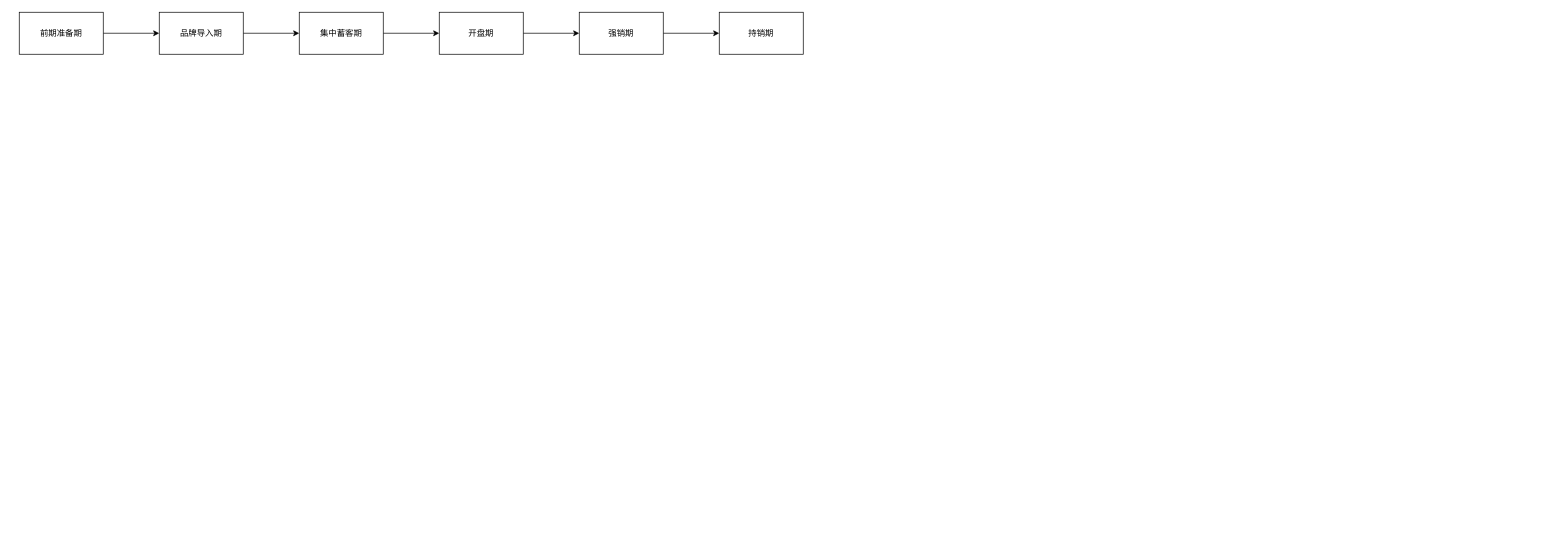
woshiydh08/xxp keeps this draw.io diagram as Untitled Diagram.drawio. Above is the earlier version. Source tidied: cells renumbered, new cells numbered last; positions are measured from the earlier drawing's top-left corner, leaving out a move shared by most shapes. Both pictures are drawn from the tidied source at 70%, with x=0, y=0 at pixel (19, 12).
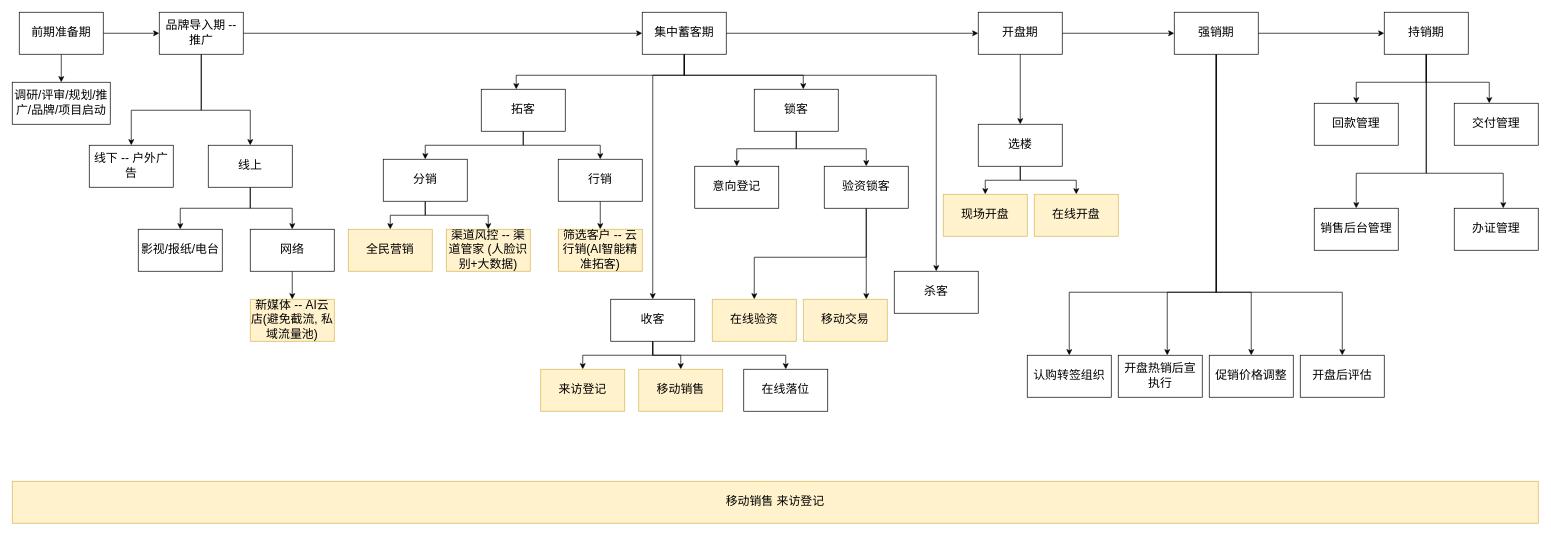
After the change.

Diff of the diagram source:
```diff
@@
-    <mxCell id="2" style="edgeStyle=orthogonalEdgeStyle;rounded=0;jettySize=auto;html=1;" parent="1" edge="1" source="3" target="5">
+    <mxCell id="2" style="edgeStyle=orthogonalEdgeStyle;rounded=0;jettySize=auto;html=1;fontSize=17;" parent="1" edge="1" source="3" target="5">
       <mxGeometry relative="1" as="geometry" />
     </mxCell>
+    <mxCell id="13" style="edgeStyle=orthogonalEdgeStyle;rounded=0;jettySize=auto;html=1;fontSize=17;" parent="1" edge="1" source="3" target="20">
+      <mxGeometry relative="1" as="geometry" />
+    </mxCell>
-    <mxCell id="3" value="前期准备期" style="rounded=0;whiteSpace=wrap;html=1;" parent="1" vertex="1">
+    <mxCell id="3" value="前期准备期" style="rounded=0;whiteSpace=wrap;html=1;fontSize=17;" parent="1" vertex="1">
       <mxGeometry width="120" height="60" as="geometry" />
     </mxCell>
-    <mxCell id="4" style="edgeStyle=orthogonalEdgeStyle;rounded=0;jettySize=auto;html=1;" parent="1" edge="1" source="5" target="7">
+    <mxCell id="4" style="edgeStyle=orthogonalEdgeStyle;rounded=0;jettySize=auto;html=1;fontSize=17;" parent="1" edge="1" source="5" target="7">
       <mxGeometry relative="1" as="geometry" />
     </mxCell>
+    <mxCell id="14" style="edgeStyle=orthogonalEdgeStyle;rounded=0;jettySize=auto;html=1;fontSize=17;" parent="1" edge="1" source="5" target="21">
+      <mxGeometry relative="1" as="geometry">
+        <Array as="points">
+          <mxPoint x="260" y="140" />
+          <mxPoint x="160" y="140" />
+        </Array>
+      </mxGeometry>
+    </mxCell>
+    <mxCell id="15" style="edgeStyle=orthogonalEdgeStyle;rounded=0;jettySize=auto;html=1;fontSize=17;" parent="1" edge="1" source="5" target="24">
+      <mxGeometry relative="1" as="geometry">
+        <Array as="points">
+          <mxPoint x="260" y="140" />
+          <mxPoint x="330" y="140" />
+        </Array>
+      </mxGeometry>
+    </mxCell>
-    <mxCell id="5" value="品牌导入期" style="whiteSpace=wrap;html=1;rounded=0;" parent="1" vertex="1">
+    <mxCell id="5" value="品牌导入期 -- 推广" style="whiteSpace=wrap;html=1;rounded=0;fontSize=17;" parent="1" vertex="1">
       <mxGeometry x="200" width="120" height="60" as="geometry" />
     </mxCell>
+    <mxCell id="16" style="edgeStyle=orthogonalEdgeStyle;rounded=0;jettySize=auto;html=1;fontSize=17;" parent="1" edge="1" source="7" target="31">
+      <mxGeometry relative="1" as="geometry">
+        <Array as="points">
+          <mxPoint x="950" y="90" />
+          <mxPoint x="710" y="90" />
+        </Array>
+      </mxGeometry>
+    </mxCell>
+    <mxCell id="17" style="edgeStyle=orthogonalEdgeStyle;rounded=0;jettySize=auto;html=1;fontSize=17;" parent="1" edge="1" source="7" target="43">
+      <mxGeometry relative="1" as="geometry">
+        <Array as="points">
+          <mxPoint x="950" y="90" />
+          <mxPoint x="905" y="90" />
+        </Array>
+      </mxGeometry>
+    </mxCell>
+    <mxCell id="18" style="edgeStyle=orthogonalEdgeStyle;rounded=0;jettySize=auto;html=1;fontSize=17;" parent="1" edge="1" source="7" target="47">
+      <mxGeometry relative="1" as="geometry">
+        <Array as="points">
+          <mxPoint x="950" y="90" />
+          <mxPoint x="1310" y="90" />
+        </Array>
+      </mxGeometry>
+    </mxCell>
+    <mxCell id="19" style="edgeStyle=orthogonalEdgeStyle;rounded=0;jettySize=auto;html=1;fontSize=17;" parent="1" edge="1" source="7" target="50">
+      <mxGeometry relative="1" as="geometry">
+        <Array as="points">
+          <mxPoint x="950" y="90" />
+          <mxPoint x="1120" y="90" />
+        </Array>
+      </mxGeometry>
+    </mxCell>
-    <mxCell id="6" style="edgeStyle=orthogonalEdgeStyle;rounded=0;jettySize=auto;html=1;" parent="1" edge="1" source="7" target="9">
+    <mxCell id="6" style="edgeStyle=orthogonalEdgeStyle;rounded=0;jettySize=auto;html=1;fontSize=17;" parent="1" edge="1" source="7" target="9">
       <mxGeometry relative="1" as="geometry" />
     </mxCell>
-    <mxCell id="7" value="集中蓄客期" style="whiteSpace=wrap;html=1;rounded=0;" parent="1" vertex="1">
-      <mxGeometry x="400" width="120" height="60" as="geometry" />
+    <mxCell id="7" value="集中蓄客期" style="whiteSpace=wrap;html=1;rounded=0;fontSize=17;" parent="1" vertex="1">
+      <mxGeometry x="890" width="120" height="60" as="geometry" />
     </mxCell>
+    <mxCell id="20" value="调研/评审/规划/推广/品牌/项目启动" style="whiteSpace=wrap;html=1;rounded=0;fontSize=17;" parent="1" vertex="1">
+      <mxGeometry x="-10" y="100" width="140" height="60" as="geometry" />
+    </mxCell>
+    <mxCell id="21" value="线下 -- 户外广告" style="whiteSpace=wrap;html=1;rounded=0;fontSize=17;" parent="1" vertex="1">
+      <mxGeometry x="100" y="190" width="120" height="60" as="geometry" />
+    </mxCell>
+    <mxCell id="22" style="edgeStyle=orthogonalEdgeStyle;rounded=0;jettySize=auto;html=1;fontSize=17;" parent="1" edge="1" source="24" target="25">
+      <mxGeometry relative="1" as="geometry" />
+    </mxCell>
+    <mxCell id="23" style="edgeStyle=orthogonalEdgeStyle;rounded=0;jettySize=auto;html=1;fontSize=17;" parent="1" edge="1" source="24" target="27">
+      <mxGeometry relative="1" as="geometry" />
+    </mxCell>
+    <mxCell id="24" value="线上" style="whiteSpace=wrap;html=1;rounded=0;fontSize=17;" parent="1" vertex="1">
+      <mxGeometry x="270" y="190" width="120" height="60" as="geometry" />
+    </mxCell>
+    <mxCell id="25" value="影视/报纸/电台" style="whiteSpace=wrap;html=1;rounded=0;fontSize=17;" parent="1" vertex="1">
+      <mxGeometry x="170" y="310" width="120" height="60" as="geometry" />
+    </mxCell>
+    <mxCell id="26" style="edgeStyle=orthogonalEdgeStyle;rounded=0;jettySize=auto;html=1;fontSize=17;" parent="1" edge="1" source="27" target="28">
+      <mxGeometry relative="1" as="geometry" />
+    </mxCell>
+    <mxCell id="27" value="网络" style="whiteSpace=wrap;html=1;rounded=0;fontSize=17;" parent="1" vertex="1">
+      <mxGeometry x="330" y="310" width="120" height="60" as="geometry" />
+    </mxCell>
+    <mxCell id="28" value="新媒体 -- AI云店(避免截流, 私域流量池)" style="whiteSpace=wrap;html=1;rounded=0;fillColor=#fff2cc;strokeColor=#d6b656;fontSize=17;" parent="1" vertex="1">
+      <mxGeometry x="330" y="410" width="120" height="60" as="geometry" />
+    </mxCell>
+    <mxCell id="29" style="edgeStyle=orthogonalEdgeStyle;rounded=0;jettySize=auto;html=1;fontSize=17;" parent="1" edge="1" source="31" target="34">
+      <mxGeometry relative="1" as="geometry">
+        <Array as="points">
+          <mxPoint x="720" y="190" />
+          <mxPoint x="580" y="190" />
+          <mxPoint x="580" y="240" />
+        </Array>
+      </mxGeometry>
+    </mxCell>
+    <mxCell id="30" style="edgeStyle=orthogonalEdgeStyle;rounded=0;jettySize=auto;html=1;fontSize=17;" parent="1" edge="1" source="31" target="36">
+      <mxGeometry relative="1" as="geometry">
+        <Array as="points">
+          <mxPoint x="720" y="190" />
+          <mxPoint x="830" y="190" />
+        </Array>
+      </mxGeometry>
+    </mxCell>
+    <mxCell id="31" value="拓客" style="whiteSpace=wrap;html=1;rounded=0;fontSize=17;" parent="1" vertex="1">
+      <mxGeometry x="660" y="110" width="120" height="60" as="geometry" />
+    </mxCell>
+    <mxCell id="32" style="edgeStyle=orthogonalEdgeStyle;rounded=0;jettySize=auto;html=1;fontSize=17;" parent="1" edge="1" source="34" target="37">
+      <mxGeometry relative="1" as="geometry" />
+    </mxCell>
+    <mxCell id="33" style="edgeStyle=orthogonalEdgeStyle;rounded=0;jettySize=auto;html=1;fontSize=17;" parent="1" edge="1" source="34" target="38">
+      <mxGeometry relative="1" as="geometry" />
+    </mxCell>
+    <mxCell id="34" value="分销" style="whiteSpace=wrap;html=1;rounded=0;fontSize=17;" parent="1" vertex="1">
+      <mxGeometry x="520" y="210" width="120" height="60" as="geometry" />
+    </mxCell>
+    <mxCell id="35" style="edgeStyle=orthogonalEdgeStyle;rounded=0;jettySize=auto;html=1;fontSize=17;" parent="1" edge="1" source="36" target="39">
+      <mxGeometry relative="1" as="geometry" />
+    </mxCell>
+    <mxCell id="36" value="行销" style="whiteSpace=wrap;html=1;rounded=0;fontSize=17;" parent="1" vertex="1">
+      <mxGeometry x="770" y="210" width="120" height="60" as="geometry" />
+    </mxCell>
+    <mxCell id="37" value="全民营销" style="whiteSpace=wrap;html=1;rounded=0;fillColor=#fff2cc;strokeColor=#d6b656;fontSize=17;" parent="1" vertex="1">
+      <mxGeometry x="470" y="310" width="120" height="60" as="geometry" />
+    </mxCell>
+    <mxCell id="38" value="渠道风控 -- 渠道管家 (人脸识别+大数据)" style="whiteSpace=wrap;html=1;rounded=0;fillColor=#fff2cc;strokeColor=#d6b656;fontSize=17;" parent="1" vertex="1">
+      <mxGeometry x="610" y="310" width="120" height="60" as="geometry" />
+    </mxCell>
+    <mxCell id="39" value="筛选客户 -- 云行销(AI智能精准拓客)" style="whiteSpace=wrap;html=1;rounded=0;fillColor=#fff2cc;strokeColor=#d6b656;fontSize=17;" parent="1" vertex="1">
+      <mxGeometry x="770" y="310" width="120" height="60" as="geometry" />
+    </mxCell>
+    <mxCell id="40" style="edgeStyle=orthogonalEdgeStyle;rounded=0;jettySize=auto;html=1;fontSize=17;" parent="1" edge="1" source="43" target="44">
+      <mxGeometry relative="1" as="geometry">
+        <Array as="points">
+          <mxPoint x="905" y="490" />
+          <mxPoint x="805" y="490" />
+        </Array>
+      </mxGeometry>
+    </mxCell>
+    <mxCell id="41" style="edgeStyle=orthogonalEdgeStyle;rounded=0;jettySize=auto;html=1;fontSize=17;" parent="1" edge="1" source="43" target="45">
+      <mxGeometry relative="1" as="geometry">
+        <Array as="points">
+          <mxPoint x="905" y="490" />
+          <mxPoint x="945" y="490" />
+        </Array>
+      </mxGeometry>
+    </mxCell>
+    <mxCell id="42" style="edgeStyle=orthogonalEdgeStyle;rounded=0;jettySize=auto;html=1;fontSize=17;" parent="1" edge="1" source="43" target="46">
+      <mxGeometry relative="1" as="geometry">
+        <Array as="points">
+          <mxPoint x="905" y="490" />
+          <mxPoint x="1095" y="490" />
+        </Array>
+      </mxGeometry>
+    </mxCell>
+    <mxCell id="43" value="收客" style="whiteSpace=wrap;html=1;rounded=0;fontSize=17;" parent="1" vertex="1">
+      <mxGeometry x="845" y="410" width="120" height="60" as="geometry" />
+    </mxCell>
+    <mxCell id="44" value="来访登记" style="whiteSpace=wrap;html=1;rounded=0;fillColor=#fff2cc;strokeColor=#d6b656;fontSize=17;" parent="1" vertex="1">
+      <mxGeometry x="745" y="510" width="120" height="60" as="geometry" />
+    </mxCell>
+    <mxCell id="45" value="移动销售" style="whiteSpace=wrap;html=1;rounded=0;fillColor=#fff2cc;strokeColor=#d6b656;fontSize=17;" parent="1" vertex="1">
+      <mxGeometry x="885" y="510" width="120" height="60" as="geometry" />
+    </mxCell>
+    <mxCell id="46" value="&lt;div style=&quot;font-size: 17px;&quot;&gt;在线落位&lt;/div&gt;" style="whiteSpace=wrap;html=1;rounded=0;fontSize=17;" parent="1" vertex="1">
+      <mxGeometry x="1035" y="510" width="120" height="60" as="geometry" />
+    </mxCell>
+    <mxCell id="47" value="杀客" style="whiteSpace=wrap;html=1;rounded=0;fontSize=17;" parent="1" vertex="1">
+      <mxGeometry x="1250" y="370" width="120" height="60" as="geometry" />
+    </mxCell>
+    <mxCell id="48" style="edgeStyle=orthogonalEdgeStyle;rounded=0;jettySize=auto;html=1;fontSize=17;" parent="1" edge="1" source="50" target="51">
+      <mxGeometry relative="1" as="geometry" />
+    </mxCell>
+    <mxCell id="49" style="edgeStyle=orthogonalEdgeStyle;rounded=0;jettySize=auto;html=1;fontSize=17;" parent="1" edge="1" source="50" target="54">
+      <mxGeometry relative="1" as="geometry" />
+    </mxCell>
+    <mxCell id="50" value="锁客" style="whiteSpace=wrap;html=1;rounded=0;fontSize=17;" parent="1" vertex="1">
+      <mxGeometry x="1050" y="110" width="120" height="60" as="geometry" />
+    </mxCell>
+    <mxCell id="51" value="意向登记" style="whiteSpace=wrap;html=1;rounded=0;fontSize=17;" parent="1" vertex="1">
+      <mxGeometry x="965" y="220" width="120" height="60" as="geometry" />
+    </mxCell>
+    <mxCell id="52" style="edgeStyle=orthogonalEdgeStyle;rounded=0;jettySize=auto;html=1;fontSize=17;" parent="1" edge="1" source="54" target="78">
+      <mxGeometry relative="1" as="geometry">
+        <Array as="points">
+          <mxPoint x="1210" y="350" />
+          <mxPoint x="1050" y="350" />
+        </Array>
+      </mxGeometry>
+    </mxCell>
+    <mxCell id="53" style="edgeStyle=orthogonalEdgeStyle;rounded=0;jettySize=auto;html=1;fontSize=17;" parent="1" edge="1" source="54" target="79">
+      <mxGeometry relative="1" as="geometry">
+        <Array as="points">
+          <mxPoint x="1210" y="380" />
+          <mxPoint x="1210" y="380" />
+        </Array>
+      </mxGeometry>
+    </mxCell>
+    <mxCell id="54" value="验资锁客" style="whiteSpace=wrap;html=1;rounded=0;fontSize=17;" parent="1" vertex="1">
+      <mxGeometry x="1150" y="220" width="120" height="60" as="geometry" />
+    </mxCell>
+    <mxCell id="55" style="edgeStyle=orthogonalEdgeStyle;rounded=0;jettySize=auto;html=1;fontSize=17;" parent="1" edge="1" source="9" target="58">
+      <mxGeometry relative="1" as="geometry" />
+    </mxCell>
-    <mxCell id="8" style="edgeStyle=orthogonalEdgeStyle;rounded=0;jettySize=auto;html=1;" parent="1" edge="1" source="9" target="11">
+    <mxCell id="8" style="edgeStyle=orthogonalEdgeStyle;rounded=0;jettySize=auto;html=1;fontSize=17;" parent="1" edge="1" source="9" target="11">
       <mxGeometry relative="1" as="geometry" />
     </mxCell>
-    <mxCell id="9" value="开盘期" style="whiteSpace=wrap;html=1;rounded=0;" parent="1" vertex="1">
-      <mxGeometry x="600" width="120" height="60" as="geometry" />
+    <mxCell id="9" value="开盘期" style="whiteSpace=wrap;html=1;rounded=0;fontSize=17;" parent="1" vertex="1">
+      <mxGeometry x="1370" width="120" height="60" as="geometry" />
     </mxCell>
+    <mxCell id="56" style="edgeStyle=orthogonalEdgeStyle;rounded=0;jettySize=auto;html=1;fontSize=17;" parent="1" edge="1" source="58" target="59">
+      <mxGeometry relative="1" as="geometry" />
+    </mxCell>
+    <mxCell id="57" style="edgeStyle=orthogonalEdgeStyle;rounded=0;jettySize=auto;html=1;fontSize=17;" parent="1" edge="1" source="58" target="60">
+      <mxGeometry relative="1" as="geometry" />
+    </mxCell>
+    <mxCell id="58" value="选楼" style="whiteSpace=wrap;html=1;rounded=0;fontSize=17;" parent="1" vertex="1">
+      <mxGeometry x="1370" y="160" width="120" height="60" as="geometry" />
+    </mxCell>
+    <mxCell id="59" value="现场开盘" style="whiteSpace=wrap;html=1;rounded=0;fontSize=17;fillColor=#fff2cc;strokeColor=#d6b656;" parent="1" vertex="1">
+      <mxGeometry x="1320" y="260" width="120" height="60" as="geometry" />
+    </mxCell>
+    <mxCell id="60" value="在线开盘" style="whiteSpace=wrap;html=1;rounded=0;fontSize=17;fillColor=#fff2cc;strokeColor=#d6b656;" parent="1" vertex="1">
+      <mxGeometry x="1450" y="260" width="120" height="60" as="geometry" />
+    </mxCell>
+    <mxCell id="61" style="edgeStyle=orthogonalEdgeStyle;rounded=0;jettySize=auto;html=1;fontSize=17;" parent="1" edge="1" source="11" target="65">
+      <mxGeometry relative="1" as="geometry">
+        <Array as="points">
+          <mxPoint x="1710" y="400" />
+          <mxPoint x="1500" y="400" />
+        </Array>
+      </mxGeometry>
+    </mxCell>
+    <mxCell id="62" style="edgeStyle=orthogonalEdgeStyle;rounded=0;jettySize=auto;html=1;fontSize=17;" parent="1" edge="1" source="11" target="66">
+      <mxGeometry relative="1" as="geometry">
+        <Array as="points">
+          <mxPoint x="1710" y="400" />
+          <mxPoint x="1640" y="400" />
+        </Array>
+      </mxGeometry>
+    </mxCell>
+    <mxCell id="63" style="edgeStyle=orthogonalEdgeStyle;rounded=0;jettySize=auto;html=1;fontSize=17;" parent="1" edge="1" source="11" target="67">
+      <mxGeometry relative="1" as="geometry">
+        <Array as="points">
+          <mxPoint x="1710" y="400" />
+          <mxPoint x="1760" y="400" />
+        </Array>
+      </mxGeometry>
+    </mxCell>
+    <mxCell id="64" style="edgeStyle=orthogonalEdgeStyle;rounded=0;jettySize=auto;html=1;fontSize=17;" parent="1" edge="1" source="11" target="68">
+      <mxGeometry relative="1" as="geometry">
+        <Array as="points">
+          <mxPoint x="1710" y="400" />
+          <mxPoint x="1890" y="400" />
+        </Array>
+      </mxGeometry>
+    </mxCell>
-    <mxCell id="10" style="edgeStyle=orthogonalEdgeStyle;rounded=0;jettySize=auto;html=1;" parent="1" edge="1" source="11" target="12">
+    <mxCell id="10" style="edgeStyle=orthogonalEdgeStyle;rounded=0;jettySize=auto;html=1;fontSize=17;" parent="1" edge="1" source="11" target="12">
       <mxGeometry relative="1" as="geometry" />
     </mxCell>
-    <mxCell id="11" value="强销期" style="whiteSpace=wrap;html=1;rounded=0;" parent="1" vertex="1">
-      <mxGeometry x="800" width="120" height="60" as="geometry" />
+    <mxCell id="11" value="强销期" style="whiteSpace=wrap;html=1;rounded=0;fontSize=17;" parent="1" vertex="1">
+      <mxGeometry x="1650" width="120" height="60" as="geometry" />
     </mxCell>
+    <mxCell id="65" value="认购转签组织" style="whiteSpace=wrap;html=1;rounded=0;fontSize=17;" parent="1" vertex="1">
+      <mxGeometry x="1440" y="490" width="120" height="60" as="geometry" />
+    </mxCell>
+    <mxCell id="66" value="开盘热销后宣执行" style="whiteSpace=wrap;html=1;rounded=0;fontSize=17;" parent="1" vertex="1">
+      <mxGeometry x="1570" y="490" width="120" height="60" as="geometry" />
+    </mxCell>
+    <mxCell id="67" value="促销价格调整" style="whiteSpace=wrap;html=1;rounded=0;fontSize=17;" parent="1" vertex="1">
+      <mxGeometry x="1700" y="490" width="120" height="60" as="geometry" />
+    </mxCell>
+    <mxCell id="68" value="开盘后评估" style="whiteSpace=wrap;html=1;rounded=0;fontSize=17;" parent="1" vertex="1">
+      <mxGeometry x="1830" y="490" width="120" height="60" as="geometry" />
+    </mxCell>
+    <mxCell id="69" style="edgeStyle=orthogonalEdgeStyle;rounded=0;jettySize=auto;html=1;fontSize=17;" parent="1" edge="1" source="12" target="73">
+      <mxGeometry relative="1" as="geometry">
+        <Array as="points">
+          <mxPoint x="2010" y="100" />
+          <mxPoint x="1910" y="100" />
+        </Array>
+      </mxGeometry>
+    </mxCell>
+    <mxCell id="70" style="edgeStyle=orthogonalEdgeStyle;rounded=0;jettySize=auto;html=1;fontSize=17;" parent="1" edge="1" source="12" target="74">
+      <mxGeometry relative="1" as="geometry">
+        <Array as="points">
+          <mxPoint x="2010" y="230" />
+          <mxPoint x="1910" y="230" />
+        </Array>
+      </mxGeometry>
+    </mxCell>
+    <mxCell id="71" style="edgeStyle=orthogonalEdgeStyle;rounded=0;jettySize=auto;html=1;fontSize=17;" parent="1" edge="1" source="12" target="75">
+      <mxGeometry relative="1" as="geometry">
+        <Array as="points">
+          <mxPoint x="2010" y="100" />
+          <mxPoint x="2100" y="100" />
+        </Array>
+      </mxGeometry>
+    </mxCell>
+    <mxCell id="72" style="edgeStyle=orthogonalEdgeStyle;rounded=0;jettySize=auto;html=1;fontSize=17;" parent="1" edge="1" source="12" target="76">
+      <mxGeometry relative="1" as="geometry">
+        <Array as="points">
+          <mxPoint x="2010" y="230" />
+          <mxPoint x="2120" y="230" />
+        </Array>
+      </mxGeometry>
+    </mxCell>
-    <mxCell id="12" value="持销期" style="whiteSpace=wrap;html=1;rounded=0;" parent="1" vertex="1">
-      <mxGeometry x="1000" width="120" height="60" as="geometry" />
+    <mxCell id="12" value="持销期" style="whiteSpace=wrap;html=1;rounded=0;fontSize=17;" parent="1" vertex="1">
+      <mxGeometry x="1950" width="120" height="60" as="geometry" />
     </mxCell>
+    <mxCell id="73" value="回款管理" style="whiteSpace=wrap;html=1;rounded=0;fontSize=17;" parent="1" vertex="1">
+      <mxGeometry x="1850" y="130" width="120" height="60" as="geometry" />
+    </mxCell>
+    <mxCell id="74" value="销售后台管理" style="whiteSpace=wrap;html=1;rounded=0;fontSize=17;" parent="1" vertex="1">
+      <mxGeometry x="1850" y="280" width="120" height="60" as="geometry" />
+    </mxCell>
+    <mxCell id="75" value="交付管理" style="whiteSpace=wrap;html=1;rounded=0;fontSize=17;" parent="1" vertex="1">
+      <mxGeometry x="2050" y="130" width="120" height="60" as="geometry" />
+    </mxCell>
+    <mxCell id="76" value="办证管理" style="whiteSpace=wrap;html=1;rounded=0;fontSize=17;" parent="1" vertex="1">
+      <mxGeometry x="2050" y="280" width="120" height="60" as="geometry" />
+    </mxCell>
+    <mxCell id="77" value="移动销售 来访登记" style="rounded=0;whiteSpace=wrap;html=1;fontSize=17;fillColor=#fff2cc;strokeColor=#d6b656;" parent="1" vertex="1">
+      <mxGeometry x="-10" y="670" width="2180" height="60" as="geometry" />
+    </mxCell>
+    <mxCell id="78" value="在线验资" style="whiteSpace=wrap;html=1;rounded=0;fontSize=17;fillColor=#fff2cc;strokeColor=#d6b656;" parent="1" vertex="1">
+      <mxGeometry x="990" y="410" width="120" height="60" as="geometry" />
+    </mxCell>
+    <mxCell id="79" value="移动交易" style="whiteSpace=wrap;html=1;rounded=0;fontSize=17;fillColor=#fff2cc;strokeColor=#d6b656;" parent="1" vertex="1">
+      <mxGeometry x="1120" y="410" width="120" height="60" as="geometry" />
+    </mxCell>
```
